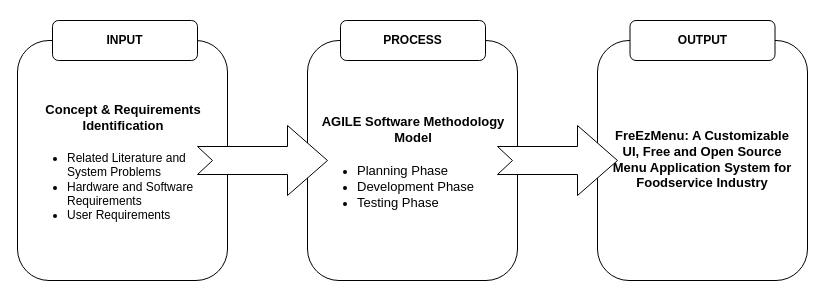
alexxGmZ/MenuMaApp keeps this draw.io diagram as DOCS/Diagrams/IPO Diagram.drawio. Above is the earlier version. Source tidied: cells renumbered, new cells numbered last; positions are measured from the earlier drawing's top-left corner, leaving out a move shared by most shapes. Both pictures are drawn from the tidied source at 100%, with x=0, y=0 at pixel (17, 20).
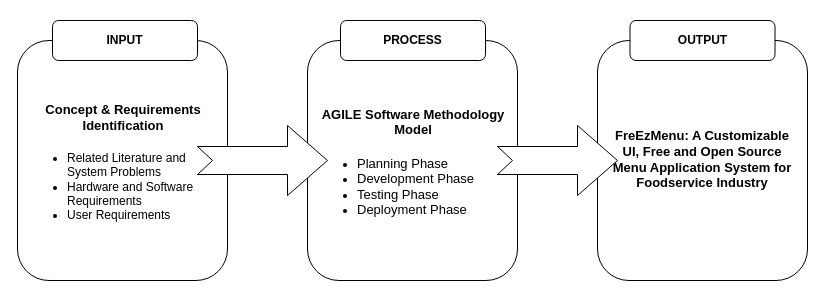
After the change.

Commit message:
ipo diagram: add deployment phase in process

What changed in the source:
```diff
@@
 <mxGraphModel>
   <root>
     <mxCell id="0" />
     <mxCell id="1" parent="0" />
     <mxCell id="2" value="&lt;p style=&quot;line-height: 90%;&quot;&gt;&lt;/p&gt;&lt;h5 style=&quot;text-align: center; line-height: 148%;&quot;&gt;&lt;b style=&quot;background-color: initial;&quot;&gt;&lt;font style=&quot;font-size: 13px;&quot;&gt;Concept &amp;amp; Requirements Identification&lt;/font&gt;&lt;/b&gt;&lt;/h5&gt;&lt;div&gt;&lt;ul&gt;&lt;li&gt;Related Literature and System Problems&lt;/li&gt;&lt;li&gt;Hardware and Software Requirements&lt;/li&gt;&lt;li&gt;User Requirements&lt;/li&gt;&lt;/ul&gt;&lt;/div&gt;&lt;p&gt;&lt;/p&gt;" style="rounded=1;whiteSpace=wrap;html=1;align=left;spacing=10;" parent="1" vertex="1">
       <mxGeometry y="20" width="210" height="240" as="geometry" />
     </mxCell>
     <mxCell id="3" value="&lt;h4&gt;INPUT&lt;/h4&gt;" style="rounded=1;whiteSpace=wrap;html=1;" parent="1" vertex="1">
       <mxGeometry x="35" width="145" height="40" as="geometry" />
     </mxCell>
-    <mxCell id="4" value="&lt;p style=&quot;line-height: 90%;&quot;&gt;&lt;/p&gt;&lt;h5 style=&quot;text-align: center; line-height: 148%;&quot;&gt;&lt;span style=&quot;font-size: 13px;&quot;&gt;AGILE Software Methodology Model&lt;/span&gt;&lt;/h5&gt;&lt;div&gt;&lt;ul&gt;&lt;li&gt;&lt;span style=&quot;font-size: 13px;&quot;&gt;Planning Phase&lt;/span&gt;&lt;/li&gt;&lt;li&gt;&lt;span style=&quot;font-size: 13px;&quot;&gt;Development Phase&lt;/span&gt;&lt;/li&gt;&lt;li&gt;&lt;span style=&quot;font-size: 13px;&quot;&gt;Testing Phase&lt;/span&gt;&lt;/li&gt;&lt;/ul&gt;&lt;/div&gt;&lt;p&gt;&lt;/p&gt;" style="rounded=1;whiteSpace=wrap;html=1;align=left;spacing=10;" parent="1" vertex="1">
+    <mxCell id="4" value="&lt;p style=&quot;line-height: 90%;&quot;&gt;&lt;/p&gt;&lt;h5 style=&quot;text-align: center; line-height: 148%;&quot;&gt;&lt;span style=&quot;font-size: 13px;&quot;&gt;AGILE Software Methodology Model&lt;/span&gt;&lt;/h5&gt;&lt;div&gt;&lt;ul&gt;&lt;li&gt;&lt;span style=&quot;font-size: 13px;&quot;&gt;Planning Phase&lt;/span&gt;&lt;/li&gt;&lt;li&gt;&lt;span style=&quot;font-size: 13px;&quot;&gt;Development Phase&lt;/span&gt;&lt;/li&gt;&lt;li&gt;&lt;span style=&quot;font-size: 13px;&quot;&gt;Testing Phase&lt;/span&gt;&lt;/li&gt;&lt;li&gt;&lt;span style=&quot;font-size: 13px;&quot;&gt;Deployment Phase&lt;/span&gt;&lt;/li&gt;&lt;/ul&gt;&lt;/div&gt;&lt;p&gt;&lt;/p&gt;" style="rounded=1;whiteSpace=wrap;html=1;align=left;spacing=10;" parent="1" vertex="1">
       <mxGeometry x="290" y="20" width="210" height="240" as="geometry" />
     </mxCell>
     <mxCell id="5" value="&lt;p style=&quot;line-height: 90%;&quot;&gt;&lt;/p&gt;&lt;h5 style=&quot;line-height: 148%;&quot;&gt;&lt;span style=&quot;font-size: 13px;&quot;&gt;FreEzMenu: A Customizable UI, Free and Open Source Menu Application System for Foodservice Industry&lt;/span&gt;&lt;/h5&gt;&lt;span id=&quot;docs-internal-guid-66b5f3af-7fff-0cfa-93a6-fb8ffc17fb4d&quot;&gt;&lt;/span&gt;&lt;p&gt;&lt;/p&gt;" style="rounded=1;whiteSpace=wrap;html=1;align=center;spacing=10;" parent="1" vertex="1">
       <mxGeometry x="580" y="20" width="210" height="240" as="geometry" />
     </mxCell>
     <mxCell id="6" value="&lt;h4&gt;PROCESS&lt;/h4&gt;" style="rounded=1;whiteSpace=wrap;html=1;" parent="1" vertex="1">
       <mxGeometry x="323" width="145" height="40" as="geometry" />
     </mxCell>
     <mxCell id="7" value="&lt;h4&gt;OUTPUT&lt;/h4&gt;" style="rounded=1;whiteSpace=wrap;html=1;" parent="1" vertex="1">
       <mxGeometry x="612.5" width="145" height="40" as="geometry" />
     </mxCell>
     <mxCell id="8" style="html=1;shadow=0;dashed=0;align=center;verticalAlign=middle;shape=mxgraph.arrows2.arrow;dy=0.6;dx=40;notch=15;" parent="1" vertex="1">
       <mxGeometry x="180" y="105" width="130" height="70" as="geometry" />
     </mxCell>
     <mxCell id="9" style="html=1;shadow=0;dashed=0;align=center;verticalAlign=middle;shape=mxgraph.arrows2.arrow;dy=0.6;dx=40;notch=15;" parent="1" vertex="1">
       <mxGeometry x="480" y="105" width="120" height="70" as="geometry" />
     </mxCell>
   </root>
 </mxGraphModel>
```
